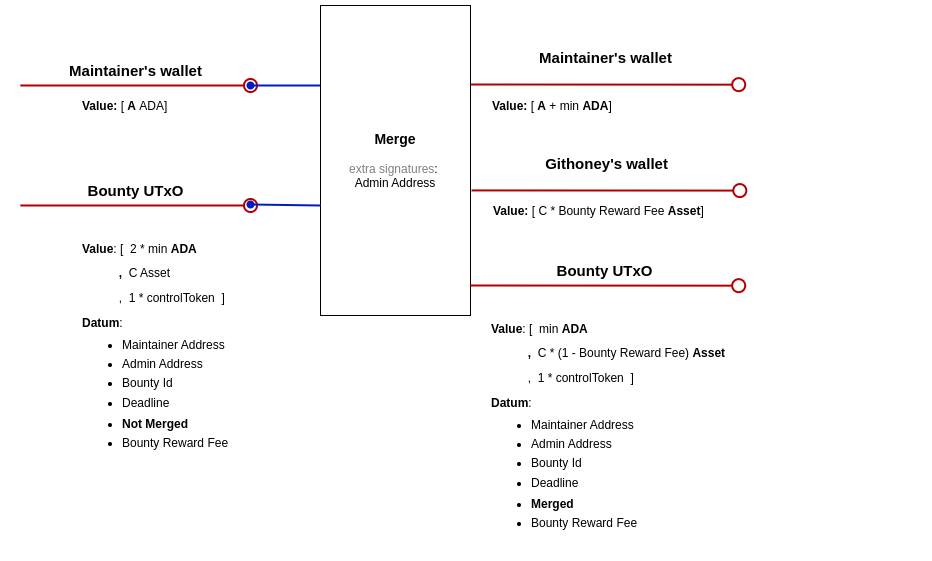
Above: docs/img/merge.png in githoney-io/githoney-smart-contract (draw.io), before the change. Source tidied: cells renumbered, new cells last; positions are measured from the earlier drawing's top-left corner, leaving out a move shared by most shapes.
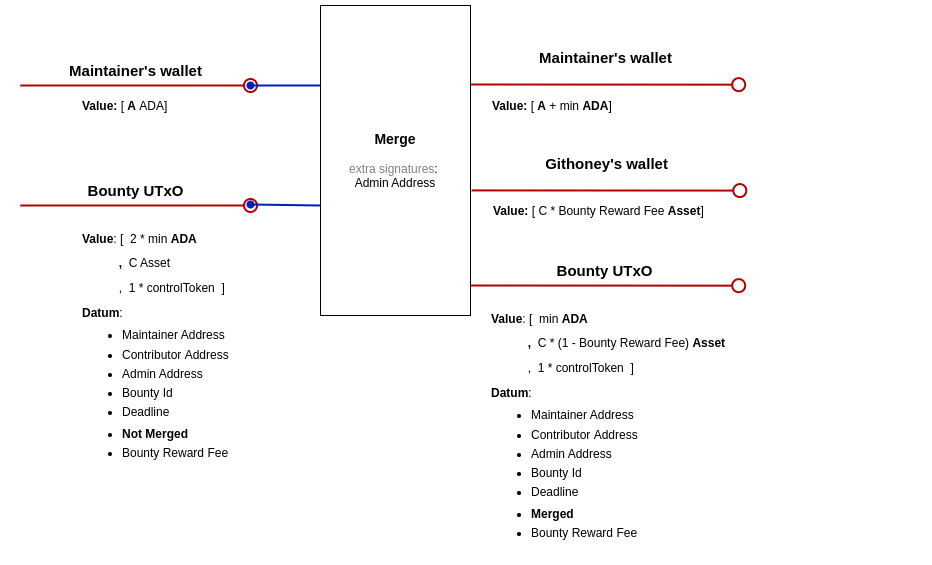
Above is the later version.

Commit message:
Design with contributor in datum

Diff of the diagram source:
```diff
@@ -47,10 +47,10 @@
     <mxCell id="11" value="&lt;font style=&quot;font-size: 15px;&quot;&gt;&lt;b&gt;Bounty UTxO&lt;/b&gt;&lt;/font&gt;" style="text;html=1;align=center;verticalAlign=middle;strokeColor=none;fillColor=none;" parent="1" vertex="1">
       <mxGeometry x="55" y="170" width="120" height="30" as="geometry" />
     </mxCell>
-    <mxCell id="12" value="&lt;p style=&quot;line-height: 100%;&quot;&gt;&lt;b&gt;Value&lt;/b&gt;: [&amp;nbsp; 2 * min&lt;b&gt;&amp;nbsp;ADA&lt;/b&gt;&lt;/p&gt;&lt;p style=&quot;line-height: 100%;&quot;&gt;&lt;b&gt;&lt;span style=&quot;white-space: pre;&quot;&gt;&#9;&lt;/span&gt;&amp;nbsp; &amp;nbsp;,&amp;nbsp; &lt;/b&gt;C Asset&lt;br&gt;&lt;/p&gt;&lt;span style=&quot;background-color: initial;&quot;&gt;&amp;nbsp; &amp;nbsp; &amp;nbsp; &amp;nbsp; &amp;nbsp; &amp;nbsp;,&amp;nbsp; 1 * controlToken&lt;/span&gt;&lt;b style=&quot;background-color: initial;&quot;&gt;&amp;nbsp;&amp;nbsp;&lt;/b&gt;&lt;span style=&quot;background-color: initial;&quot;&gt;]&amp;nbsp;&lt;/span&gt;&lt;div&gt;&lt;div&gt;&lt;p style=&quot;line-height: 100%;&quot;&gt;&lt;b&gt;Datum&lt;/b&gt;:&lt;/p&gt;&lt;ul style=&quot;line-height: 80%;&quot;&gt;&lt;li&gt;Maintainer Address&lt;/li&gt;&lt;br&gt;&lt;li&gt;Admin Address&amp;nbsp; &amp;nbsp; &amp;nbsp; &amp;nbsp; &amp;nbsp; &amp;nbsp;&lt;br&gt;&amp;nbsp; &amp;nbsp; &amp;nbsp;&lt;/li&gt;&lt;li&gt;Bounty Id&lt;br&gt;&lt;br&gt;&lt;/li&gt;&lt;li&gt;Deadline&lt;/li&gt;&lt;/ul&gt;&lt;ul style=&quot;line-height: 80%;&quot;&gt;&lt;li&gt;&lt;b&gt;Not Merged&lt;br&gt;&lt;/b&gt;&lt;br&gt;&lt;/li&gt;&lt;li&gt;Bounty Reward Fee&lt;br&gt;&lt;br&gt;&lt;/li&gt;&lt;/ul&gt;&lt;p&gt;&lt;/p&gt;&lt;/div&gt;&lt;/div&gt;" style="text;html=1;strokeColor=none;fillColor=none;align=left;verticalAlign=middle;whiteSpace=wrap;rounded=0;" parent="1" vertex="1">
+    <mxCell id="12" value="&lt;p style=&quot;line-height: 100%;&quot;&gt;&lt;b&gt;Value&lt;/b&gt;: [&amp;nbsp; 2 * min&lt;b&gt;&amp;nbsp;ADA&lt;/b&gt;&lt;/p&gt;&lt;p style=&quot;line-height: 100%;&quot;&gt;&lt;b&gt;&lt;span style=&quot;white-space: pre;&quot;&gt;&#9;&lt;/span&gt;&amp;nbsp; &amp;nbsp;,&amp;nbsp; &lt;/b&gt;C Asset&lt;br&gt;&lt;/p&gt;&lt;span style=&quot;background-color: initial;&quot;&gt;&amp;nbsp; &amp;nbsp; &amp;nbsp; &amp;nbsp; &amp;nbsp; &amp;nbsp;,&amp;nbsp; 1 * controlToken&lt;/span&gt;&lt;b style=&quot;background-color: initial;&quot;&gt;&amp;nbsp;&amp;nbsp;&lt;/b&gt;&lt;span style=&quot;background-color: initial;&quot;&gt;]&amp;nbsp;&lt;/span&gt;&lt;div&gt;&lt;div&gt;&lt;p style=&quot;line-height: 100%;&quot;&gt;&lt;b&gt;Datum&lt;/b&gt;:&lt;/p&gt;&lt;ul style=&quot;line-height: 80%;&quot;&gt;&lt;li&gt;Maintainer Address&lt;br&gt;&lt;br&gt;&lt;/li&gt;&lt;li&gt;Contributor&amp;nbsp;Address&lt;br&gt;&lt;br&gt;&lt;/li&gt;&lt;li&gt;Admin Address&amp;nbsp; &amp;nbsp; &amp;nbsp; &amp;nbsp; &amp;nbsp; &amp;nbsp;&lt;br&gt;&amp;nbsp; &amp;nbsp; &amp;nbsp;&lt;/li&gt;&lt;li&gt;Bounty Id&lt;br&gt;&lt;br&gt;&lt;/li&gt;&lt;li&gt;Deadline&lt;/li&gt;&lt;/ul&gt;&lt;ul style=&quot;line-height: 80%;&quot;&gt;&lt;li&gt;&lt;b&gt;Not Merged&lt;br&gt;&lt;/b&gt;&lt;br&gt;&lt;/li&gt;&lt;li&gt;Bounty Reward Fee&lt;br&gt;&lt;br&gt;&lt;/li&gt;&lt;/ul&gt;&lt;p&gt;&lt;/p&gt;&lt;/div&gt;&lt;/div&gt;" style="text;html=1;strokeColor=none;fillColor=none;align=left;verticalAlign=middle;whiteSpace=wrap;rounded=0;" parent="1" vertex="1">
       <mxGeometry x="60" y="220" width="437.4" height="250" as="geometry" />
     </mxCell>
-    <mxCell id="13" value="&lt;p style=&quot;line-height: 100%;&quot;&gt;&lt;b&gt;Value&lt;/b&gt;: [&amp;nbsp; min&lt;b&gt;&amp;nbsp;ADA&lt;/b&gt;&lt;/p&gt;&lt;p style=&quot;line-height: 100%;&quot;&gt;&lt;b&gt;&lt;span style=&quot;white-space: pre;&quot;&gt;&#9;&lt;/span&gt;&amp;nbsp; &amp;nbsp;,&amp;nbsp;&amp;nbsp;&lt;/b&gt;&lt;span style=&quot;background-color: initial;&quot;&gt;C * (1 - Bounty Reward Fee)&lt;/span&gt;&lt;span style=&quot;background-color: initial;&quot;&gt;&amp;nbsp;&lt;/span&gt;&lt;b style=&quot;background-color: initial;&quot;&gt;Asset&lt;/b&gt;&lt;br&gt;&lt;/p&gt;&lt;span style=&quot;background-color: initial;&quot;&gt;&amp;nbsp; &amp;nbsp; &amp;nbsp; &amp;nbsp; &amp;nbsp; &amp;nbsp;,&amp;nbsp; 1 * controlToken&lt;/span&gt;&lt;b style=&quot;background-color: initial;&quot;&gt;&amp;nbsp;&amp;nbsp;&lt;/b&gt;&lt;span style=&quot;background-color: initial;&quot;&gt;]&amp;nbsp;&lt;/span&gt;&lt;div&gt;&lt;div&gt;&lt;p style=&quot;line-height: 100%;&quot;&gt;&lt;b&gt;Datum&lt;/b&gt;:&lt;/p&gt;&lt;ul style=&quot;line-height: 80%;&quot;&gt;&lt;li&gt;Maintainer Address&lt;/li&gt;&lt;br&gt;&lt;li&gt;Admin Address&amp;nbsp; &amp;nbsp; &amp;nbsp; &amp;nbsp; &amp;nbsp; &amp;nbsp;&lt;br&gt;&amp;nbsp; &amp;nbsp; &amp;nbsp;&lt;/li&gt;&lt;li&gt;Bounty Id&lt;br&gt;&lt;br&gt;&lt;/li&gt;&lt;li&gt;Deadline&lt;/li&gt;&lt;/ul&gt;&lt;ul style=&quot;line-height: 80%;&quot;&gt;&lt;li&gt;&lt;b&gt;Merged&lt;br&gt;&lt;/b&gt;&lt;br&gt;&lt;/li&gt;&lt;li&gt;Bounty Reward Fee&lt;br&gt;&lt;br&gt;&lt;/li&gt;&lt;/ul&gt;&lt;p&gt;&lt;/p&gt;&lt;/div&gt;&lt;/div&gt;" style="text;html=1;strokeColor=none;fillColor=none;align=left;verticalAlign=middle;whiteSpace=wrap;rounded=0;" parent="1" vertex="1">
+    <mxCell id="13" value="&lt;p style=&quot;line-height: 100%;&quot;&gt;&lt;b&gt;Value&lt;/b&gt;: [&amp;nbsp; min&lt;b&gt;&amp;nbsp;ADA&lt;/b&gt;&lt;/p&gt;&lt;p style=&quot;line-height: 100%;&quot;&gt;&lt;b&gt;&lt;span style=&quot;white-space: pre;&quot;&gt;&#9;&lt;/span&gt;&amp;nbsp; &amp;nbsp;,&amp;nbsp;&amp;nbsp;&lt;/b&gt;&lt;span style=&quot;background-color: initial;&quot;&gt;C * (1 - Bounty Reward Fee)&lt;/span&gt;&lt;span style=&quot;background-color: initial;&quot;&gt;&amp;nbsp;&lt;/span&gt;&lt;b style=&quot;background-color: initial;&quot;&gt;Asset&lt;/b&gt;&lt;br&gt;&lt;/p&gt;&lt;span style=&quot;background-color: initial;&quot;&gt;&amp;nbsp; &amp;nbsp; &amp;nbsp; &amp;nbsp; &amp;nbsp; &amp;nbsp;,&amp;nbsp; 1 * controlToken&lt;/span&gt;&lt;b style=&quot;background-color: initial;&quot;&gt;&amp;nbsp;&amp;nbsp;&lt;/b&gt;&lt;span style=&quot;background-color: initial;&quot;&gt;]&amp;nbsp;&lt;/span&gt;&lt;div&gt;&lt;div&gt;&lt;p style=&quot;line-height: 100%;&quot;&gt;&lt;b&gt;Datum&lt;/b&gt;:&lt;/p&gt;&lt;ul style=&quot;line-height: 80%;&quot;&gt;&lt;li&gt;Maintainer Address&lt;br&gt;&lt;b&gt;&lt;br&gt;&lt;/b&gt;&lt;/li&gt;&lt;li&gt;Contributor&amp;nbsp;Address&lt;/li&gt;&lt;br&gt;&lt;li&gt;Admin Address&amp;nbsp; &amp;nbsp; &amp;nbsp; &amp;nbsp; &amp;nbsp; &amp;nbsp;&lt;br&gt;&amp;nbsp; &amp;nbsp; &amp;nbsp;&lt;/li&gt;&lt;li&gt;Bounty Id&lt;br&gt;&lt;br&gt;&lt;/li&gt;&lt;li&gt;Deadline&lt;/li&gt;&lt;/ul&gt;&lt;ul style=&quot;line-height: 80%;&quot;&gt;&lt;li&gt;&lt;b&gt;Merged&lt;br&gt;&lt;/b&gt;&lt;br&gt;&lt;/li&gt;&lt;li&gt;Bounty Reward Fee&lt;br&gt;&lt;br&gt;&lt;/li&gt;&lt;/ul&gt;&lt;p&gt;&lt;/p&gt;&lt;/div&gt;&lt;/div&gt;" style="text;html=1;strokeColor=none;fillColor=none;align=left;verticalAlign=middle;whiteSpace=wrap;rounded=0;" parent="1" vertex="1">
       <mxGeometry x="468.9" y="300" width="437.4" height="250" as="geometry" />
     </mxCell>
     <mxCell id="14" value="&lt;b&gt;Value: &lt;/b&gt;[&lt;b&gt;&amp;nbsp;A&lt;/b&gt;&amp;nbsp;+ min &lt;b&gt;ADA&lt;/b&gt;]" style="text;html=1;strokeColor=none;fillColor=none;align=left;verticalAlign=middle;whiteSpace=wrap;rounded=0;" parent="1" vertex="1">
```
